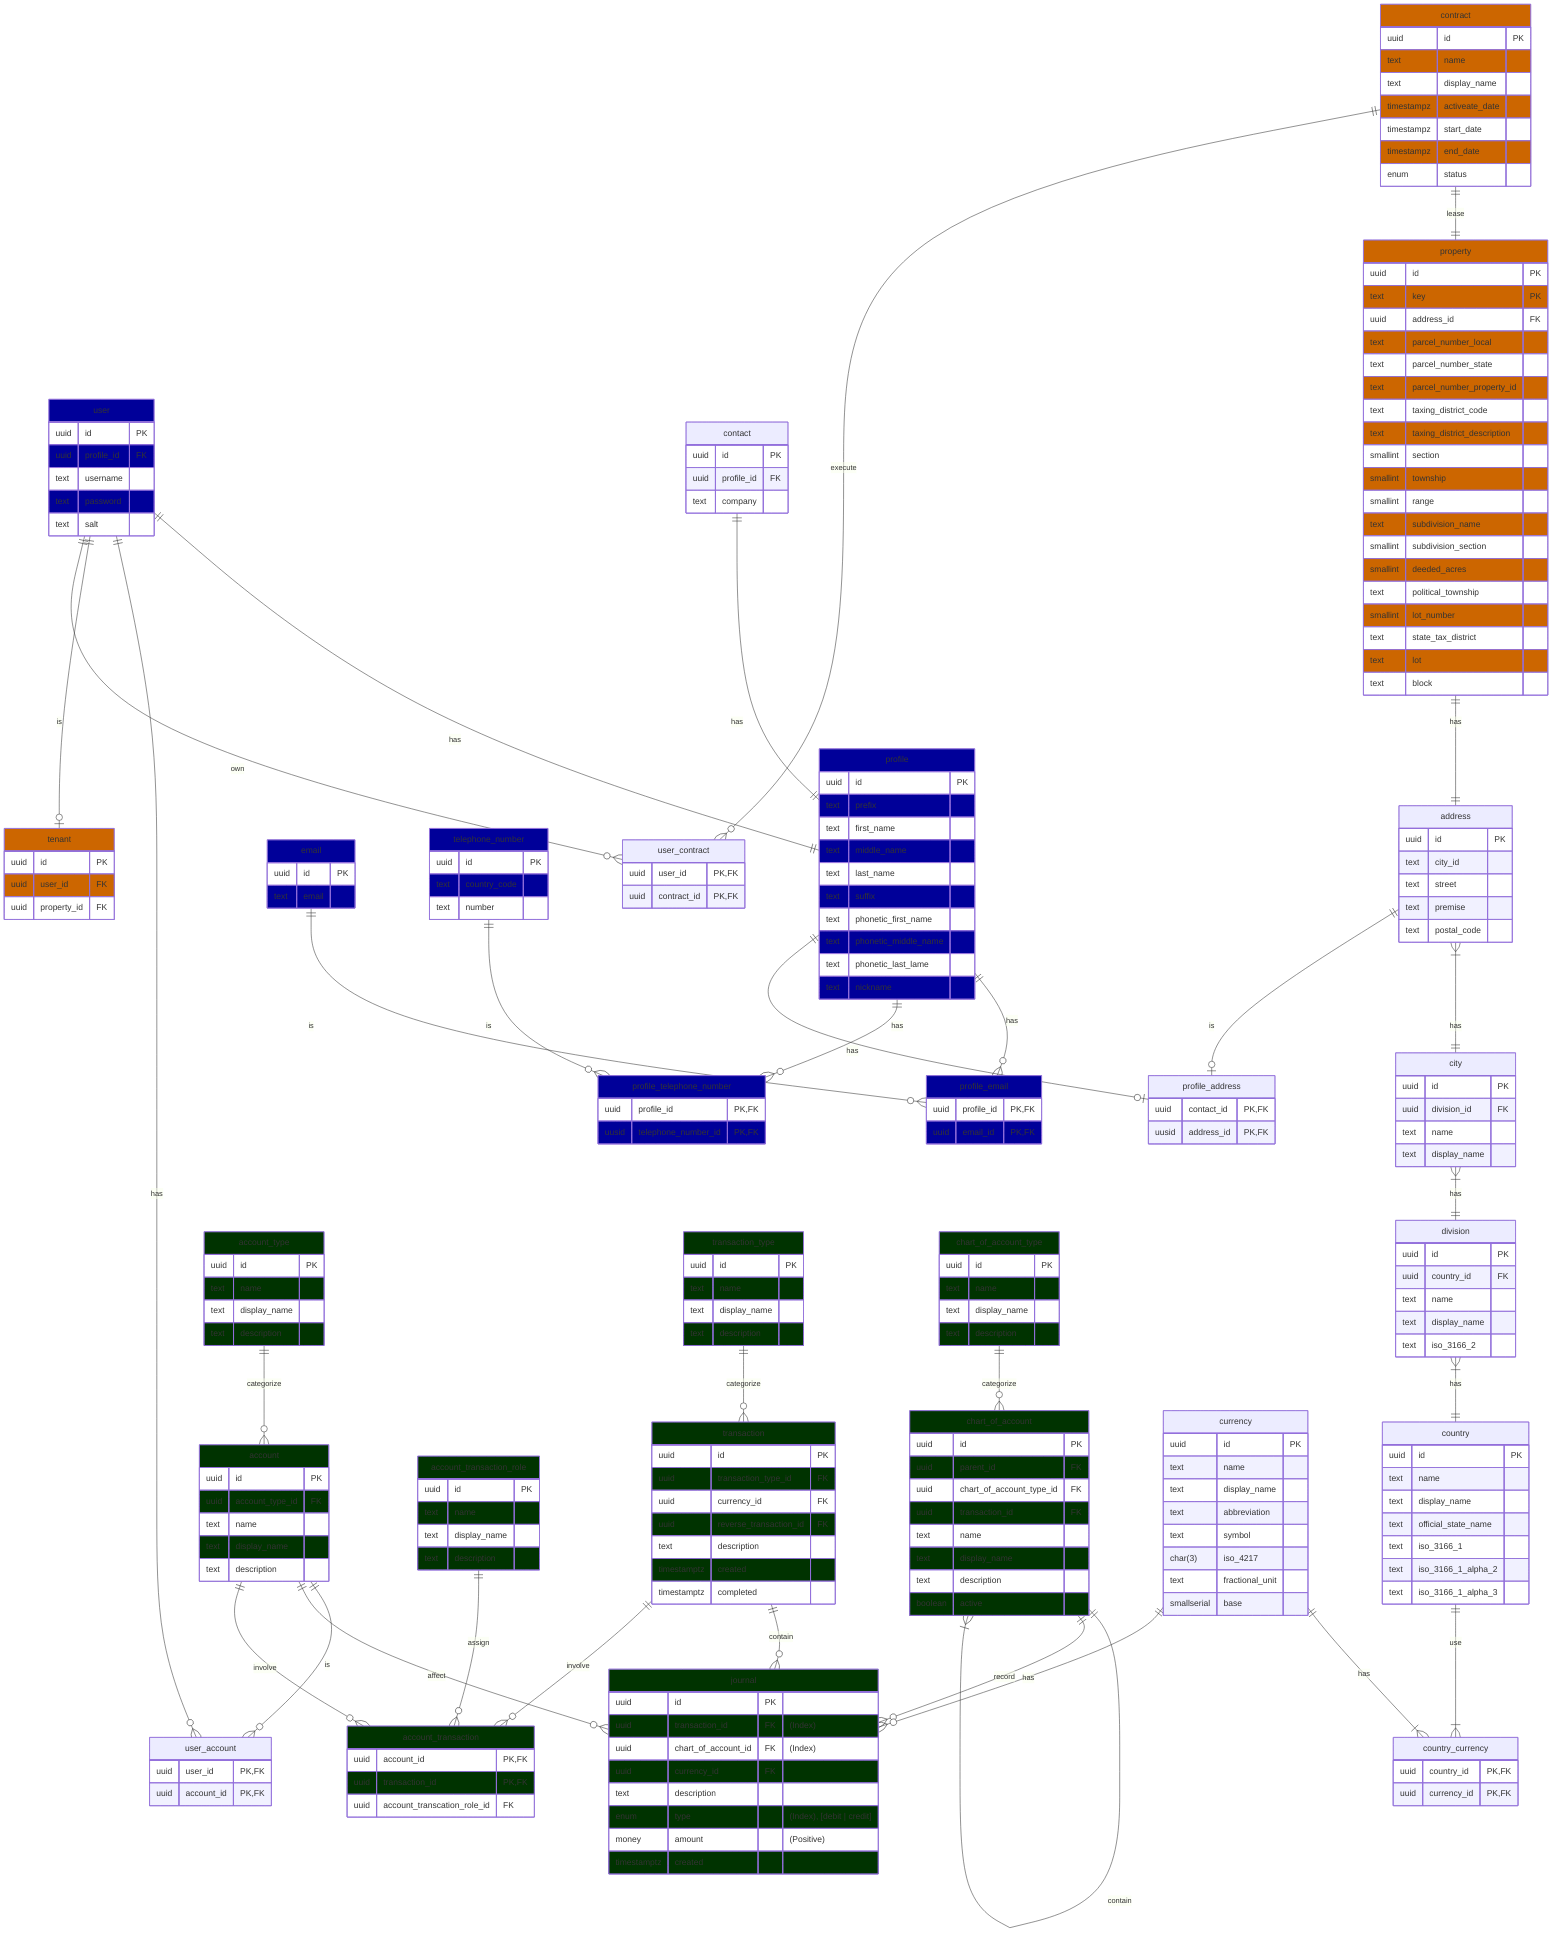
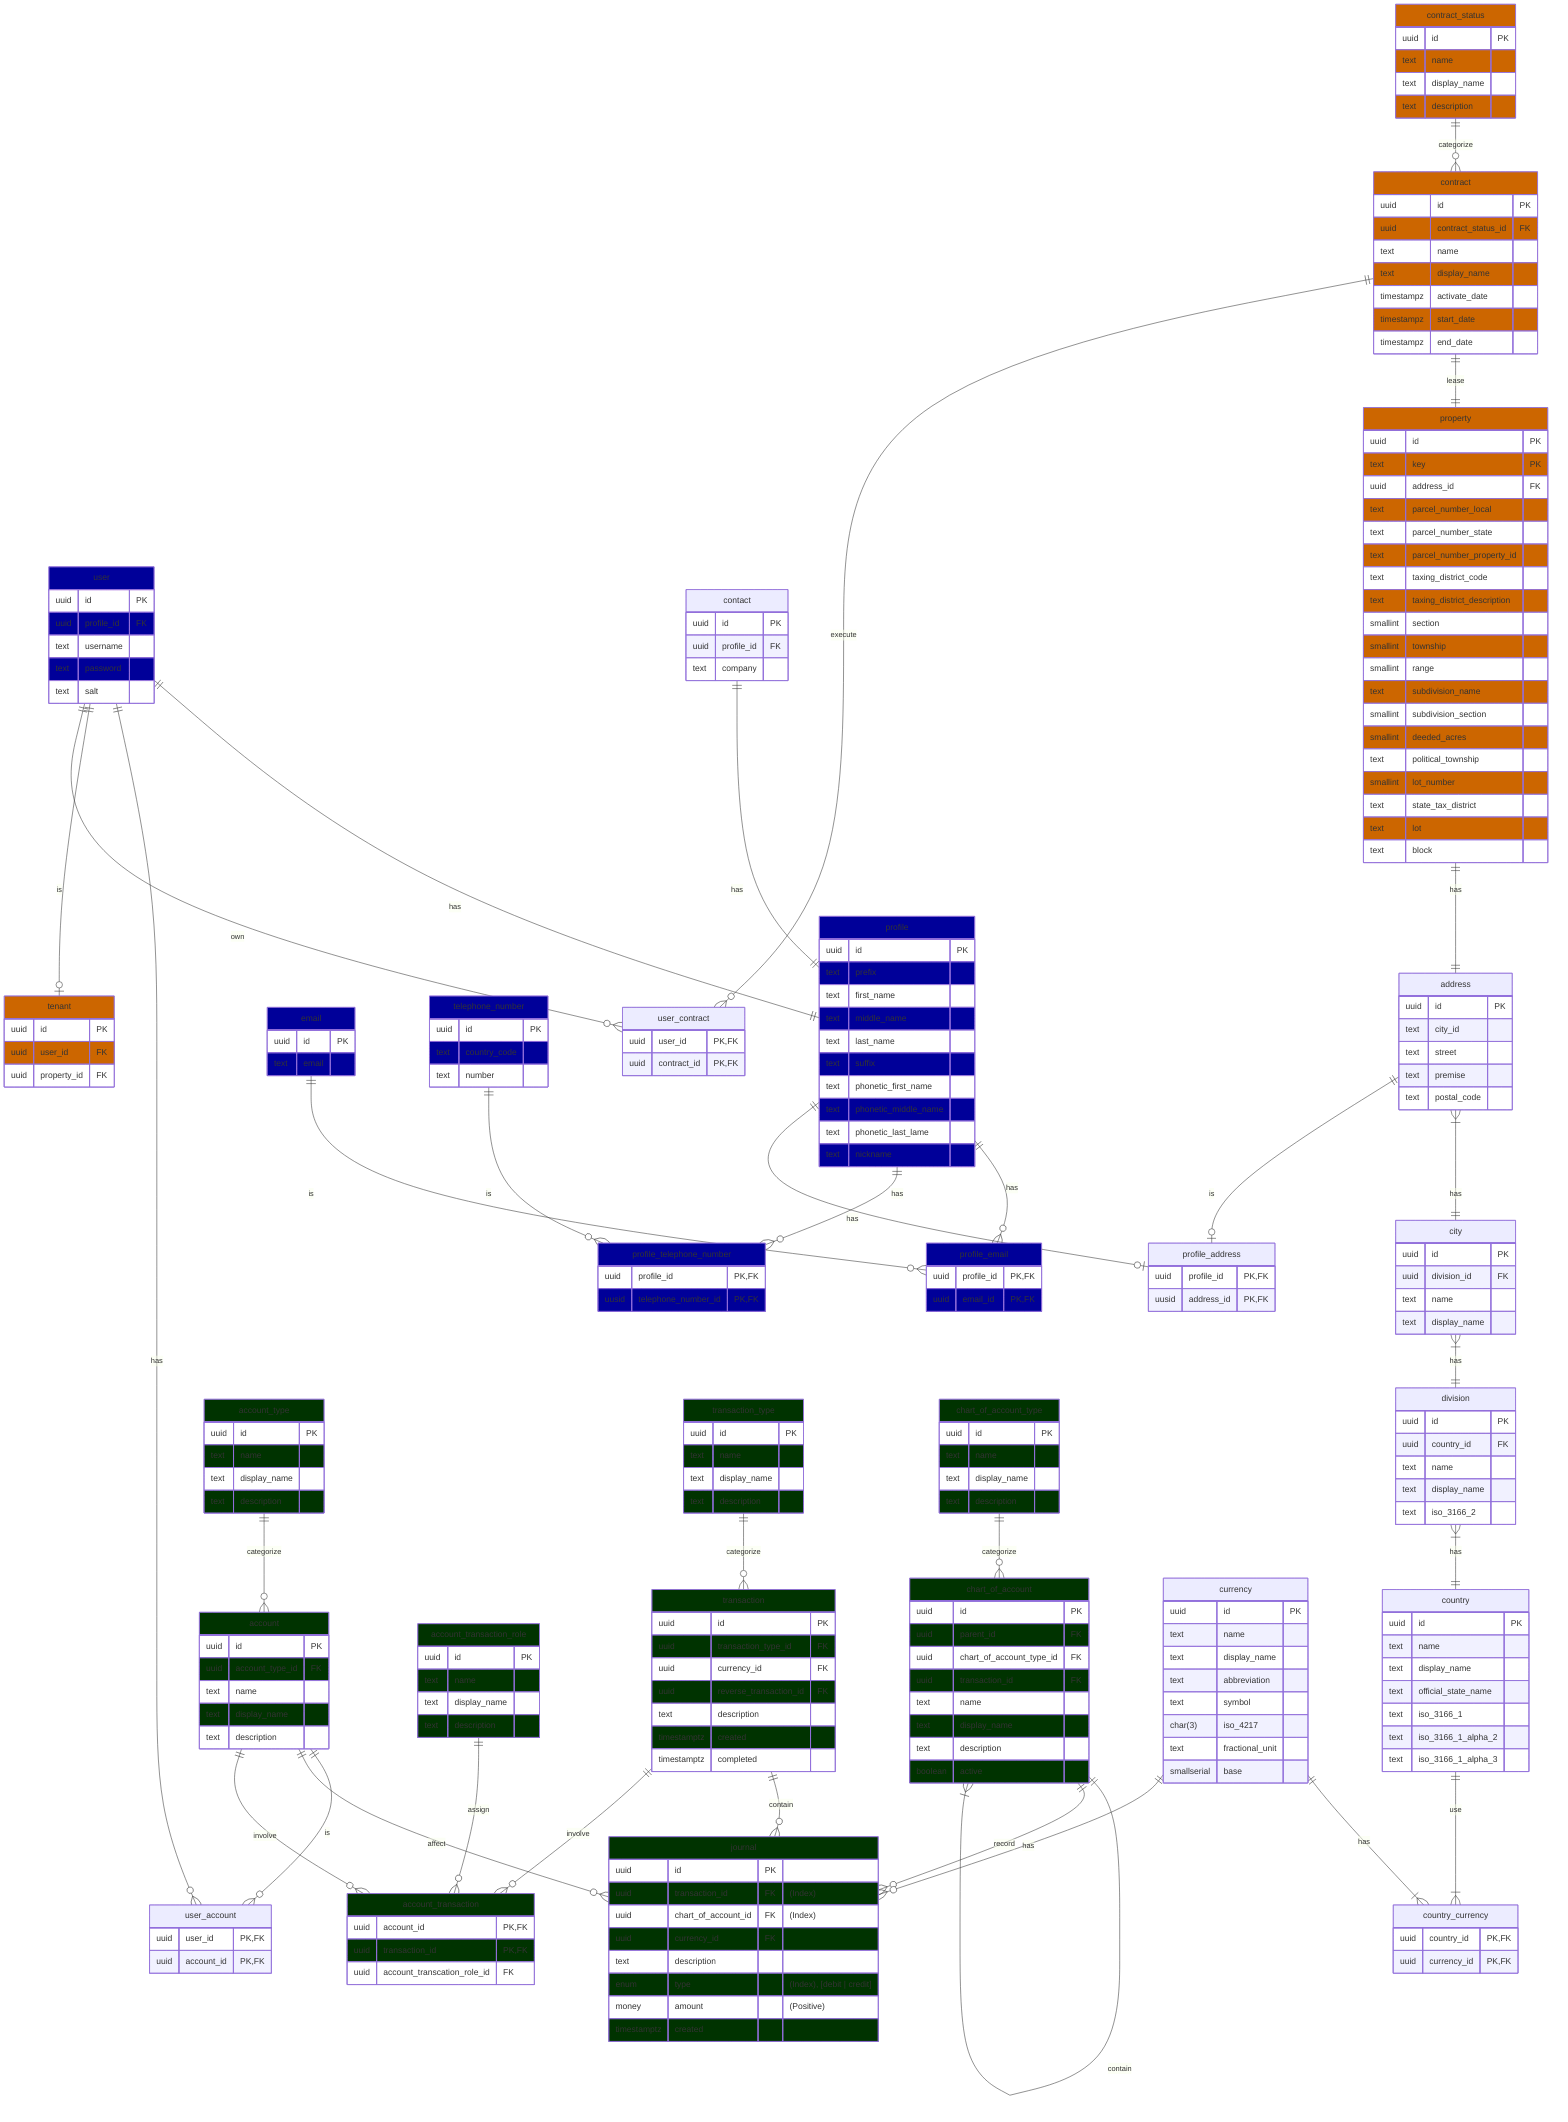
erDiagram

    %%%%%%%%%%%%%
    %% General %%
    %%%%%%%%%%%%%

    %% User
    %% The user of the system
    user ||--|| profile : has
    user ||--o{ user_account : has
    user ||--o| tenant : is
    user:::general {
        uuid id PK
        uuid profile_id FK
        text username
        text password
        text salt
    }

    %% User Account
    user_account {
        uuid user_id PK,FK
        uuid account_id PK,FK
    }

    %% Contact
    contact ||--|| profile : has
    contact {
        uuid id PK
        uuid profile_id FK
        text company
    }

    %% Profile
    profile:::general {
        uuid id PK
        text prefix
        text first_name
        text middle_name
        text last_name
        text suffix
        text phonetic_first_name
        text phonetic_middle_name
        text phonetic_last_lame
        text nickname
    }

    %% Email
    email:::general {
        uuid id PK
        text email
    }

    profile ||--o{ profile_email : has
    email ||--o{ profile_email : is
    profile_email:::general {
        uuid profile_id PK,FK
        uuid email_id PK,FK
    }

    %% Telephone Number
    telephone_number:::general {
        uuid id PK
        text country_code
        text number
    }

    profile ||--o{ profile_telephone_number : has
    telephone_number ||--o{ profile_telephone_number : is
    profile_telephone_number:::general {
        uuid profile_id PK,FK
        uusid telephone_number_id PK,FK
    }

    %% Address
    address }|--|| city : has
    address {
        uuid id PK
        text city_id
        text street
        text premise
        text postal_code
    }

    profile ||--o| profile_address : has
    address ||--o| profile_address : is
    profile_address {
-         uuid contact_id PK,FK
+         uuid profile_id PK,FK
        uusid address_id PK,FK
    }

    %% City
    city }|--|| division : has
    city {
        uuid id PK
        uuid division_id FK
        text name
        text display_name
    }

    %% Division
    division }|--|| country : has
    division {
        uuid id PK
        uuid country_id FK
        text name
        text display_name
        text iso_3166_2
    }

    %% Country
    country ||--|{ country_currency : use
    country {
        uuid id PK
        text name
        text display_name
        text official_state_name
        text iso_3166_1
        text iso_3166_1_alpha_2
        text iso_3166_1_alpha_3
    }

    %%%%%%%%%%%%%%
    %% Property %%
    %%%%%%%%%%%%%%

    %% Tenant
    tenant:::property {
        uuid id PK
        uuid user_id FK
        uuid property_id FK
    }

    %% Contract
    contract ||--|| property : lease
    contract:::property {
        uuid id PK
-         text name
-         text display_name
-         timestampz activeate_date
+         uuid contract_status_id FK
+         text name
+         text display_name
+         timestampz activate_date
        timestampz start_date
        timestampz end_date
-         enum status
+     }
+ 
+     %% Contract Status
+     contract_status ||--o{ contract : categorize
+     contract_status:::property {
+         uuid id PK
+         text name
+         text display_name
+         text description
    }

    %% User Contract
    user ||--o{ user_contract : own
    contract ||--o{ user_contract : execute
    user_contract {
        uuid user_id PK,FK
        uuid contract_id PK,FK
    }

    %% Property
    property ||--|| address : has
    property:::property {
        uuid id PK
        text key PK
        uuid address_id FK
        text parcel_number_local
        text parcel_number_state
        text parcel_number_property_id
        text taxing_district_code
        text taxing_district_description
        smallint section
        smallint township
        smallint range
        text subdivision_name
        smallint subdivision_section
        smallint deeded_acres
        text political_township
        smallint lot_number
        text state_tax_district
        text lot
        text block
    }

    %%%%%%%%%%%%%
    %% Finance %%
    %%%%%%%%%%%%%

    %% Account
    account ||--o{ user_account : is
    account ||--o{ journal : affect
    account ||--o{ account_transaction : involve
    account:::finance {
        uuid id PK
        uuid account_type_id FK
        text name
        text display_name
        text description
    }

-     account_type:::finance ||--o{ account : categorize
-     account_type {
+     account_type ||--o{ account : categorize
+     account_type:::finance {
        uuid id PK
        text name
        text display_name
        text description
    }

    %% Account Transaction
    account_transaction:::finance {
        uuid account_id PK,FK
        uuid transaction_id PK,FK
        uuid account_transcation_role_id FK
    }

    %% Account Transaction Role
    account_transaction_role ||--o{ account_transaction : assign
    account_transaction_role:::finance {
        uuid id PK
        text name
        text display_name
        text description
    }

    %% Transaction
    transaction ||--o{ journal : contain
    transaction ||--o{ account_transaction : involve
    transaction:::finance {
        uuid id PK
        uuid transaction_type_id FK
        uuid currency_id FK
        uuid reverse_transaction_id FK
        %% uuid source_account_id
        %% uuid destination_account_id
        text description
        timestamptz created
        timestamptz completed
        %% money original_cost
        %% money tax
        %% money adjustment
        %% money discount
        %% enum tax_expense
    }

    %% Transaction Type
    transaction_type ||--o{ transaction : categorize
    transaction_type:::finance {
        uuid id PK
        text name
        text display_name
        text description
    }

    %% Chart of Account
    %% Asset, Liability, Equity, Revenue, Expense, Other
    chart_of_account ||--|{ chart_of_account : contain
    chart_of_account ||--o{ journal : record
    chart_of_account:::finance {
        uuid id PK
        uuid parent_id FK
        uuid chart_of_account_type_id FK
        uuid transaction_id FK
        text name
        text display_name
        text description
        boolean active
    }

    %% Chart of Account Type
    chart_of_account_type ||--o{ chart_of_account : categorize
    chart_of_account_type:::finance {
        uuid id PK
        text name
        text display_name
        text description
    }

    %% Journal
    %% Chronological listing of business events using accounting
    %% debit-and-credit language
    %% Ledger
    %% Copy of journal's events, sorted by category or account
    journal:::finance {
        uuid id PK
        uuid transaction_id FK "(Index)"
        uuid chart_of_account_id FK "(Index)"
        uuid currency_id FK
        text description
        enum type "(Index), [debit | credit]"
        money amount "(Positive)"
        timestamptz created
    }

    %% Currency
    currency ||--|{ country_currency : has
    currency ||--o{ journal : has
    currency {
        uuid id PK
        text name
        text display_name
        text abbreviation
        text symbol
        char(3) iso_4217
        text fractional_unit
        smallserial base
    }

    country_currency {
        uuid country_id PK,FK
        uuid currency_id PK,FK
    }

    classDef general fill:#009
    classDef finance fill:#030
    classDef property fill:#c60
